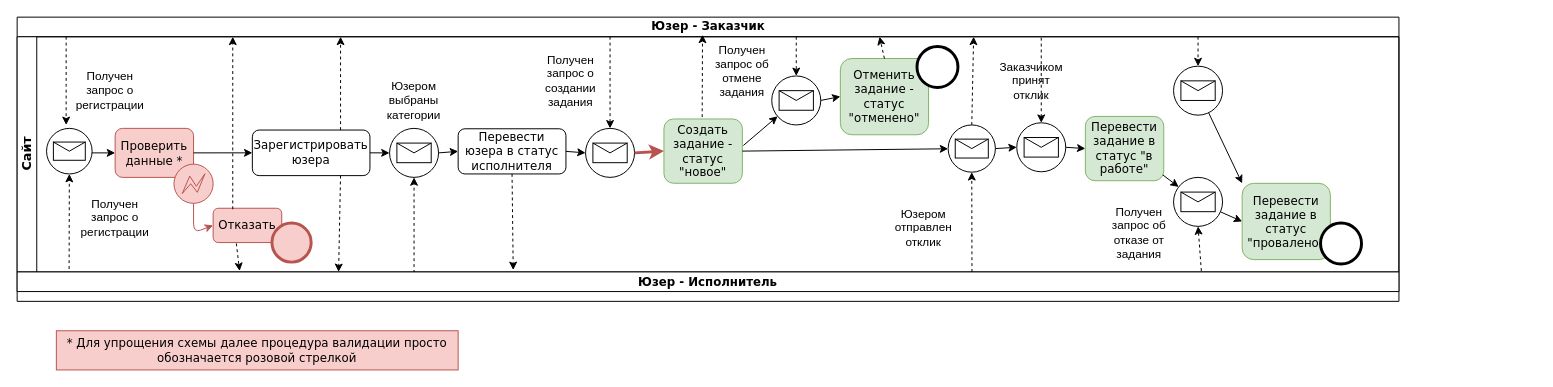
The draw.io diagram Untitled Diagram.drawio in htmlacademy-yii/1820637-task-force-1, before the edit. Source tidied: cells renumbered, new cells numbered last; positions are measured from the earlier drawing's top-left corner, leaving out a move shared by most shapes. Both pictures are drawn from the tidied source at 98%, with x=0, y=0 at pixel (17, 17).
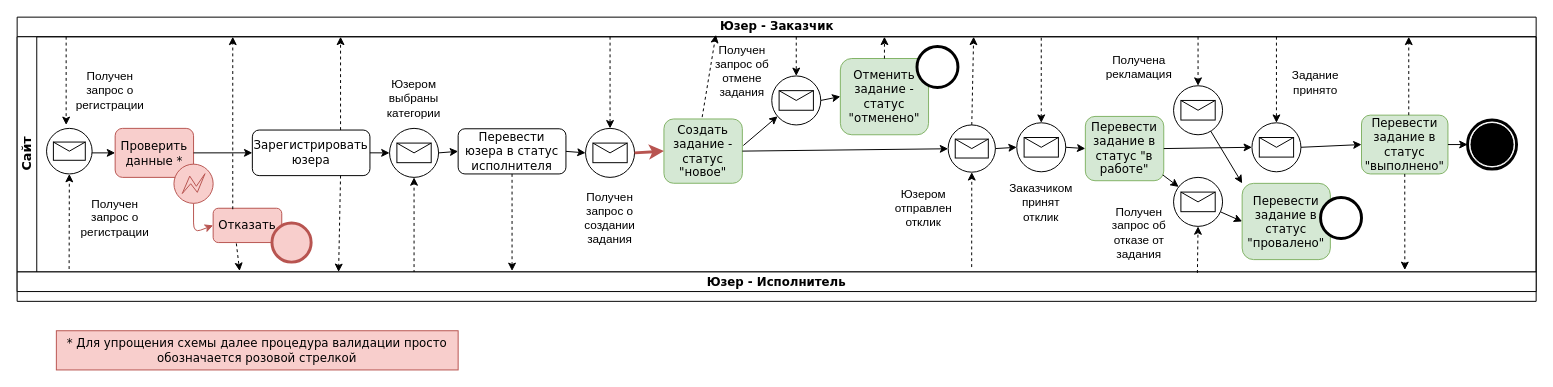
The same diagram, later.

Unchanged cells that the change refers to:
```xml
<mxCell id="20" value="Перевести юзера в статус исполнителя" style="rounded=1;whiteSpace=wrap;html=1;shadow=0;labelBackgroundColor=none;strokeWidth=1;fontFamily=Verdana;fontSize=12;align=center;" parent="6" vertex="1">
  <mxGeometry x="450" y="93.9" width="110" height="46.1" as="geometry" />
</mxCell>
<mxCell id="30" style="points=[[0.145,0.145,0],[0.5,0,0],[0.855,0.145,0],[1,0.5,0],[0.855,0.855,0],[0.5,1,0],[0.145,0.855,0],[0,0.5,0]];shape=mxgraph.bpmn.event;html=1;verticalLabelPosition=bottom;labelBackgroundColor=#ffffff;verticalAlign=top;align=center;perimeter=ellipsePerimeter;outlineConnect=0;outline=standard;symbol=message;fontSize=12;" parent="6" vertex="1">
  <mxGeometry x="950" y="90" width="48.2" height="48.2" as="geometry" />
</mxCell>
<mxCell id="34" value="Перевести задание в статус &quot;в работе&quot;" style="rounded=1;whiteSpace=wrap;html=1;shadow=0;labelBackgroundColor=none;strokeWidth=1;fontFamily=Verdana;fontSize=12;align=center;fillColor=#d5e8d4;strokeColor=#82b366;" parent="6" vertex="1">
  <mxGeometry x="1090" y="81.3" width="80" height="65.6" as="geometry" />
</mxCell>
<mxCell id="38" value="Отменить задание - статус &quot;отменено&quot;" style="rounded=1;whiteSpace=wrap;html=1;shadow=0;labelBackgroundColor=none;strokeWidth=1;fontFamily=Verdana;fontSize=12;align=center;fillColor=#d5e8d4;strokeColor=#82b366;" parent="6" vertex="1">
  <mxGeometry x="840" y="22.2" width="90" height="77.8" as="geometry" />
</mxCell>
<mxCell id="42" style="points=[[0.145,0.145,0],[0.5,0,0],[0.855,0.145,0],[1,0.5,0],[0.855,0.855,0],[0.5,1,0],[0.145,0.855,0],[0,0.5,0]];shape=mxgraph.bpmn.event;html=1;verticalLabelPosition=bottom;labelBackgroundColor=#ffffff;verticalAlign=top;align=center;perimeter=ellipsePerimeter;outlineConnect=0;outline=standard;symbol=message;fontSize=12;" parent="6" vertex="1">
  <mxGeometry x="1180" y="143.5" width="50" height="50" as="geometry" />
</mxCell>
```

The edit, as a diff of the source:
```diff
@@
     <mxCell id="2" value="&lt;font style=&quot;font-size: 12px&quot;&gt;Юзер - Заказчик&lt;/font&gt;" style="swimlane;html=1;horizontal=1;startSize=20;rounded=0;shadow=0;labelBackgroundColor=none;strokeWidth=1;fontFamily=Verdana;fontSize=12;align=center;" parent="1" vertex="1">
-      <mxGeometry width="1410" height="290" as="geometry" />
+      <mxGeometry width="1550" height="290" as="geometry" />
     </mxCell>
@@
     <mxCell id="6" value="&lt;div style=&quot;font-size: 13px&quot;&gt;&lt;font face=&quot;Verdana&quot;&gt;Сайт&lt;/font&gt;&lt;/div&gt;" style="swimlane;html=1;startSize=20;horizontal=0;fontSize=13;" parent="2" vertex="1">
-      <mxGeometry y="20" width="1410" height="240" as="geometry" />
+      <mxGeometry y="20" width="1550" height="240" as="geometry" />
     </mxCell>
@@
     <mxCell id="19" value="Юзером выбраны категории" style="text;html=1;strokeColor=none;fillColor=none;align=center;verticalAlign=middle;whiteSpace=wrap;rounded=0;fontSize=12;" parent="6" vertex="1">
-      <mxGeometry x="380" y="40" width="50" height="50" as="geometry" />
+      <mxGeometry x="380" y="37.8" width="50" height="50" as="geometry" />
     </mxCell>
@@
     <mxCell id="25" value="Получен запрос о создании задания" style="text;html=1;strokeColor=none;fillColor=none;align=center;verticalAlign=middle;whiteSpace=wrap;rounded=0;fontSize=12;" parent="6" vertex="1">
-      <mxGeometry x="530" y="20" width="70" height="50" as="geometry" />
+      <mxGeometry x="570" y="160" width="70" height="50" as="geometry" />
     </mxCell>
@@
     <mxCell id="28" value="Юзером отправлен отклик" style="text;html=1;strokeColor=none;fillColor=none;align=center;verticalAlign=middle;whiteSpace=wrap;rounded=0;fontSize=12;" parent="6" vertex="1">
-      <mxGeometry x="900" y="170" width="50" height="50" as="geometry" />
+      <mxGeometry x="900" y="149.6" width="50" height="50" as="geometry" />
     </mxCell>
@@
     <mxCell id="33" value="Заказчиком принят отклик" style="text;html=1;strokeColor=none;fillColor=none;align=center;verticalAlign=middle;whiteSpace=wrap;rounded=0;fontSize=12;" parent="6" vertex="1">
-      <mxGeometry x="1010" y="20" width="50" height="50" as="geometry" />
+      <mxGeometry x="1020" y="143.5" width="50" height="50" as="geometry" />
     </mxCell>
@@
     <mxCell id="45" style="shape=mxgraph.bpmn.event;html=1;verticalLabelPosition=bottom;labelBackgroundColor=#ffffff;verticalAlign=top;align=center;perimeter=ellipsePerimeter;outline=end;symbol=terminate2;fontFamily=Verdana;fontSize=12;" parent="6" vertex="1">
-      <mxGeometry x="1330" y="190" width="41.8" height="41.8" as="geometry" />
+      <mxGeometry x="1330" y="164.1" width="41.8" height="41.8" as="geometry" />
     </mxCell>
@@
     <mxCell id="48" style="points=[[0.145,0.145,0],[0.5,0,0],[0.855,0.145,0],[1,0.5,0],[0.855,0.855,0],[0.5,1,0],[0.145,0.855,0],[0,0.5,0]];shape=mxgraph.bpmn.event;html=1;verticalLabelPosition=bottom;labelBackgroundColor=#ffffff;verticalAlign=top;align=center;perimeter=ellipsePerimeter;outlineConnect=0;outline=standard;symbol=message;fontSize=12;" parent="6" vertex="1">
-      <mxGeometry x="1180" y="30" width="50" height="50" as="geometry" />
+      <mxGeometry x="1180" y="50" width="50" height="50" as="geometry" />
     </mxCell>
@@
+    <mxCell id="66" value="Получена рекламация" style="text;html=1;strokeColor=none;fillColor=none;align=center;verticalAlign=middle;whiteSpace=wrap;rounded=0;fontSize=12;" parent="6" vertex="1">
+      <mxGeometry x="1110" y="5.9" width="70" height="50" as="geometry" />
+    </mxCell>
+    <mxCell id="67" style="points=[[0.145,0.145,0],[0.5,0,0],[0.855,0.145,0],[1,0.5,0],[0.855,0.855,0],[0.5,1,0],[0.145,0.855,0],[0,0.5,0]];shape=mxgraph.bpmn.event;html=1;verticalLabelPosition=bottom;labelBackgroundColor=#ffffff;verticalAlign=top;align=center;perimeter=ellipsePerimeter;outlineConnect=0;outline=standard;symbol=message;fontSize=12;" parent="6" vertex="1">
+      <mxGeometry x="1260" y="87.8" width="50" height="50" as="geometry" />
+    </mxCell>
+    <mxCell id="68" style="endArrow=classic;html=1;fontSize=12;exitX=1;exitY=0.5;exitDx=0;exitDy=0;entryX=0;entryY=0.5;entryDx=0;entryDy=0;entryPerimeter=0;" parent="6" edge="1" source="34" target="67">
+      <mxGeometry relative="1" as="geometry" />
+    </mxCell>
+    <mxCell id="69" value="Задание принято" style="text;html=1;strokeColor=none;fillColor=none;align=center;verticalAlign=middle;whiteSpace=wrap;rounded=0;fontSize=12;" parent="6" vertex="1">
+      <mxGeometry x="1290" y="22.2" width="70" height="50" as="geometry" />
+    </mxCell>
+    <mxCell id="70" value="Перевести задание в статус &quot;выполнено&quot;" style="rounded=1;whiteSpace=wrap;html=1;shadow=0;labelBackgroundColor=none;strokeWidth=1;fontFamily=Verdana;fontSize=12;align=center;fillColor=#d5e8d4;strokeColor=#82b366;" parent="6" vertex="1">
+      <mxGeometry x="1371.8" y="80" width="88.2" height="60" as="geometry" />
+    </mxCell>
+    <mxCell id="71" style="endArrow=classic;html=1;fontSize=12;exitX=1;exitY=0.5;exitDx=0;exitDy=0;entryX=0;entryY=0.5;entryDx=0;entryDy=0;exitPerimeter=0;" parent="6" edge="1" source="67" target="70">
+      <mxGeometry relative="1" as="geometry" />
+    </mxCell>
+    <mxCell id="72" style="points=[[0.145,0.145,0],[0.5,0,0],[0.855,0.145,0],[1,0.5,0],[0.855,0.855,0],[0.5,1,0],[0.145,0.855,0],[0,0.5,0]];shape=mxgraph.bpmn.event;html=1;verticalLabelPosition=bottom;labelBackgroundColor=#ffffff;verticalAlign=top;align=center;perimeter=ellipsePerimeter;outlineConnect=0;outline=end;symbol=terminate;" parent="6" vertex="1">
+      <mxGeometry x="1480" y="85" width="50" height="50" as="geometry" />
+    </mxCell>
+    <mxCell id="73" style="endArrow=classic;html=1;fontSize=12;exitX=1;exitY=0.5;exitDx=0;exitDy=0;entryX=0;entryY=0.5;entryDx=0;entryDy=0;entryPerimeter=0;" parent="6" edge="1" source="70" target="72">
+      <mxGeometry relative="1" as="geometry" />
+    </mxCell>
     <mxCell id="50" value="Юзер - Исполнитель" style="swimlane;fontSize=12;startSize=23;fontFamily=Verdana;" parent="2" vertex="1">
-      <mxGeometry y="260" width="1410" height="20" as="geometry" />
+      <mxGeometry y="260" width="1550" height="20" as="geometry" />
     </mxCell>
@@
-    <mxCell id="52" style="endArrow=classic;html=1;dashed=1;fontSize=12;exitX=0.5;exitY=1;exitDx=0;exitDy=0;entryX=0.359;entryY=-0.1;entryDx=0;entryDy=0;entryPerimeter=0;" parent="2" edge="1" source="20" target="50">
-      <mxGeometry relative="1" as="geometry" />
+    <mxCell id="52" style="endArrow=classic;html=1;dashed=1;fontSize=12;exitX=0.5;exitY=1;exitDx=0;exitDy=0;" parent="2" edge="1" source="20">
+      <mxGeometry relative="1" as="geometry">
+        <mxPoint x="505" y="259" as="targetPoint" />
+      </mxGeometry>
     </mxCell>
-    <mxCell id="53" style="endArrow=classic;html=1;dashed=1;fontSize=12;entryX=0.496;entryY=0.062;entryDx=0;entryDy=0;entryPerimeter=0;" parent="2" edge="1" target="2">
+    <mxCell id="53" style="endArrow=classic;html=1;dashed=1;fontSize=12;entryX=0.46;entryY=0.062;entryDx=0;entryDy=0;entryPerimeter=0;" parent="2" edge="1" target="2">
       <mxGeometry relative="1" as="geometry">
         <mxPoint x="699" y="102" as="sourcePoint" />
       </mxGeometry>
     </mxCell>
@@
-    <mxCell id="55" style="endArrow=classic;html=1;dashed=1;fontSize=12;entryX=0.5;entryY=1;entryDx=0;entryDy=0;entryPerimeter=0;exitX=0.691;exitY=0;exitDx=0;exitDy=0;exitPerimeter=0;" parent="2" edge="1" source="50" target="30">
-      <mxGeometry relative="1" as="geometry" />
+    <mxCell id="55" style="endArrow=classic;html=1;dashed=1;fontSize=12;entryX=0.5;entryY=1;entryDx=0;entryDy=0;entryPerimeter=0;" parent="2" edge="1" target="30">
+      <mxGeometry relative="1" as="geometry">
+        <mxPoint x="974" y="255" as="sourcePoint" />
+      </mxGeometry>
     </mxCell>
@@
-    <mxCell id="58" style="endArrow=classic;html=1;dashed=1;fontSize=12;entryX=0.5;entryY=1;entryDx=0;entryDy=0;entryPerimeter=0;exitX=0.857;exitY=-0.05;exitDx=0;exitDy=0;exitPerimeter=0;" parent="2" edge="1" source="50" target="42">
+    <mxCell id="58" style="endArrow=classic;html=1;dashed=1;fontSize=12;entryX=0.5;entryY=1;entryDx=0;entryDy=0;entryPerimeter=0;exitX=0.777;exitY=0.05;exitDx=0;exitDy=0;exitPerimeter=0;" parent="2" edge="1" source="50" target="42">
       <mxGeometry relative="1" as="geometry" />
     </mxCell>
+    <mxCell id="74" style="endArrow=classic;html=1;dashed=1;fontSize=12;" parent="2" edge="1" source="70">
+      <mxGeometry relative="1" as="geometry">
+        <mxPoint x="1416" y="258" as="targetPoint" />
+      </mxGeometry>
+    </mxCell>
@@
     <mxCell id="64" style="endArrow=classic;html=1;dashed=1;fontSize=12;exitX=0.5;exitY=0;exitDx=0;exitDy=0;" parent="1" edge="1" source="38">
       <mxGeometry relative="1" as="geometry">
-        <mxPoint x="880" y="20" as="targetPoint" />
+        <mxPoint x="885" y="20" as="targetPoint" />
       </mxGeometry>
     </mxCell>
@@
+    <mxCell id="75" style="endArrow=classic;html=1;dashed=1;fontSize=12;entryX=0.5;entryY=0;entryDx=0;entryDy=0;entryPerimeter=0;" parent="1" edge="1" target="67">
+      <mxGeometry relative="1" as="geometry">
+        <mxPoint x="1285" y="20" as="sourcePoint" />
+      </mxGeometry>
+    </mxCell>
+    <mxCell id="76" style="endArrow=classic;html=1;dashed=1;fontSize=12;" parent="1" edge="1">
+      <mxGeometry relative="1" as="geometry">
+        <mxPoint x="1420" y="100" as="sourcePoint" />
+        <mxPoint x="1420" y="20" as="targetPoint" />
+      </mxGeometry>
+    </mxCell>
```
